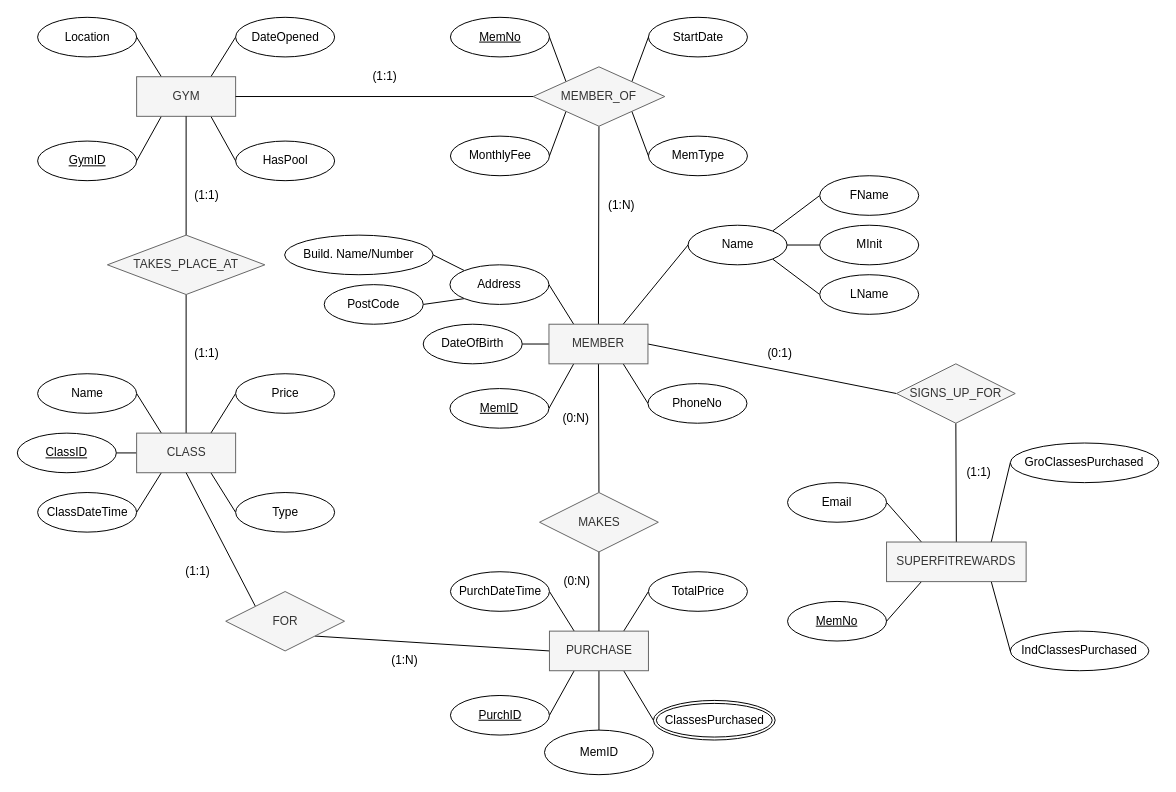
This is DBS CW1.drawio from fullytanaka/UML-ER, a draw.io file, before an edit. Source tidied: cells renumbered, new cells numbered last; positions are measured from the earlier drawing's top-left corner, leaving out a move shared by most shapes. Both pictures are drawn from the tidied source at 99%, with x=0, y=0 at pixel (17, 17).
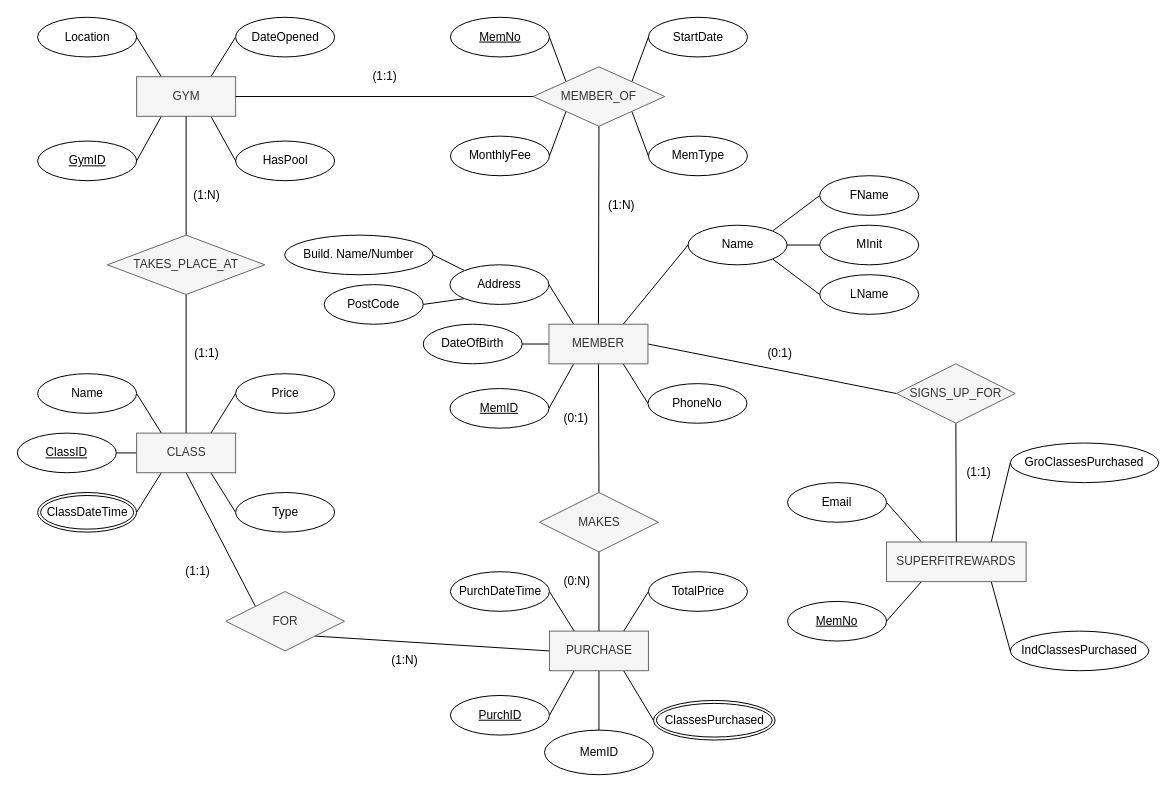
The same diagram, later.

Unchanged cells that the change refers to:
```xml
<mxCell id="47" value="&lt;div&gt;CLASS&lt;/div&gt;" style="whiteSpace=wrap;html=1;align=center;fillColor=#f5f5f5;strokeColor=#666666;fontColor=#333333;" parent="1" vertex="1">
  <mxGeometry x="120.5" y="420" width="100" height="40" as="geometry" />
</mxCell>
```

What changed in the source:
```diff
@@
-    <mxCell id="44" style="rounded=0;jettySize=auto;html=1;exitX=0.25;exitY=1;exitDx=0;exitDy=0;entryX=1;entryY=0.5;entryDx=0;entryDy=0;endArrow=none;endFill=0;" parent="1" edge="1" source="47" target="51">
-      <mxGeometry relative="1" as="geometry" />
+    <mxCell id="44" style="rounded=0;jettySize=auto;html=1;exitX=0.25;exitY=1;exitDx=0;exitDy=0;entryX=1;entryY=0.5;entryDx=0;entryDy=0;endArrow=none;endFill=0;" parent="1" edge="1" source="47">
+      <mxGeometry relative="1" as="geometry">
+        <mxPoint x="120.5" y="500" as="targetPoint" />
+      </mxGeometry>
     </mxCell>
@@
-    <mxCell id="51" value="ClassDateTime" style="ellipse;whiteSpace=wrap;html=1;align=center;" parent="1" vertex="1">
-      <mxGeometry x="20.5" y="480" width="100" height="40" as="geometry" />
-    </mxCell>
@@
-    <mxCell id="90" value="(0:N)" style="text;html=1;align=center;verticalAlign=middle;" parent="1" vertex="1">
+    <mxCell id="90" value="(0:1)" style="text;html=1;align=center;verticalAlign=middle;" parent="1" vertex="1">
       <mxGeometry x="544" y="395" width="40" height="20" as="geometry" />
     </mxCell>
@@
-    <mxCell id="95" value="(1:1)" style="text;html=1;align=center;verticalAlign=middle;" parent="1" vertex="1">
+    <mxCell id="95" value="(1:N)" style="text;html=1;align=center;verticalAlign=middle;" parent="1" vertex="1">
       <mxGeometry x="170.5" y="170" width="40" height="20" as="geometry" />
     </mxCell>
+    <mxCell id="51" value="ClassDateTime" style="ellipse;shape=doubleEllipse;margin=3;whiteSpace=wrap;html=1;align=center;" parent="1" vertex="1">
+      <mxGeometry x="20.5" y="480" width="100" height="40" as="geometry" />
+    </mxCell>
```
